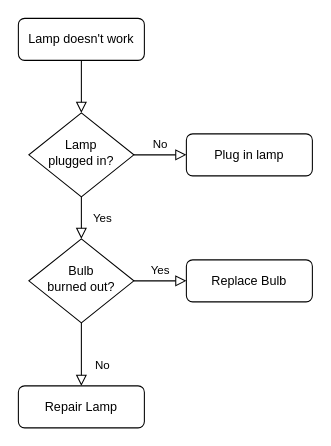
Before: Namnlöst diagram.drawio in johanbman/flowcharts, a draw.io diagram. Source tidied: cells renumbered, new cells numbered last; positions are measured from the earlier drawing's top-left corner, leaving out a move shared by most shapes. Both pictures are drawn from the tidied source at 105%, with x=0, y=0 at pixel (18, 18).
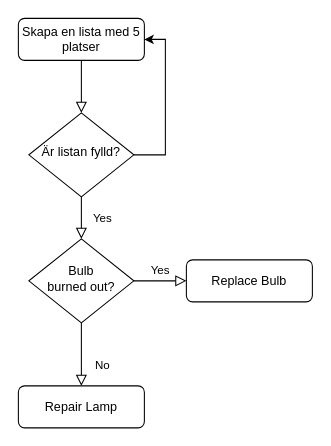
The same diagram, later.

Change to the diagram source:
```diff
@@
 <mxGraphModel>
   <root>
     <mxCell id="0" />
     <mxCell id="1" parent="0" />
     <mxCell id="2" style="rounded=0;html=1;jettySize=auto;fontSize=11;endArrow=block;endFill=0;endSize=8;strokeWidth=1;shadow=0;labelBackgroundColor=none;edgeStyle=orthogonalEdgeStyle;" parent="1" edge="1" source="3" target="6">
       <mxGeometry relative="1" as="geometry" />
     </mxCell>
-    <mxCell id="3" value="Lamp doesn't work" style="rounded=1;whiteSpace=wrap;html=1;fontSize=12;glass=0;strokeWidth=1;shadow=0;" parent="1" vertex="1">
+    <mxCell id="3" value="Skapa en lista med 5 platser" style="rounded=1;whiteSpace=wrap;html=1;fontSize=12;glass=0;strokeWidth=1;shadow=0;" parent="1" vertex="1">
       <mxGeometry width="120" height="40" as="geometry" />
     </mxCell>
     <mxCell id="4" value="Yes" style="rounded=0;html=1;jettySize=auto;fontSize=11;endArrow=block;endFill=0;endSize=8;strokeWidth=1;shadow=0;labelBackgroundColor=none;edgeStyle=orthogonalEdgeStyle;" parent="1" edge="1" source="6" target="10">
       <mxGeometry y="20" relative="1" as="geometry" />
     </mxCell>
-    <mxCell id="5" value="No" style="edgeStyle=orthogonalEdgeStyle;rounded=0;html=1;jettySize=auto;fontSize=11;endArrow=block;endFill=0;endSize=8;strokeWidth=1;shadow=0;labelBackgroundColor=none;" parent="1" edge="1" source="6" target="7">
-      <mxGeometry y="10" relative="1" as="geometry" />
-    </mxCell>
+    <mxCell id="13" style="edgeStyle=orthogonalEdgeStyle;rounded=0;jettySize=auto;html=1;entryX=1;entryY=0.5;entryDx=0;entryDy=0;" parent="1" edge="1" source="6" target="3">
+      <mxGeometry relative="1" as="geometry">
+        <Array as="points">
+          <mxPoint x="140" y="130" />
+          <mxPoint x="140" y="20" />
+        </Array>
+      </mxGeometry>
+    </mxCell>
-    <mxCell id="6" value="Lamp&lt;br&gt;plugged in?" style="rhombus;whiteSpace=wrap;html=1;shadow=0;fontFamily=Helvetica;fontSize=12;align=center;strokeWidth=1;spacing=6;spacingTop=-4;" parent="1" vertex="1">
+    <mxCell id="6" value="Är listan fylld?" style="rhombus;whiteSpace=wrap;html=1;shadow=0;fontFamily=Helvetica;fontSize=12;align=center;strokeWidth=1;spacing=6;spacingTop=-4;" parent="1" vertex="1">
       <mxGeometry x="10" y="90" width="100" height="80" as="geometry" />
     </mxCell>
-    <mxCell id="7" value="Plug in lamp" style="rounded=1;whiteSpace=wrap;html=1;fontSize=12;glass=0;strokeWidth=1;shadow=0;" parent="1" vertex="1">
-      <mxGeometry x="160" y="110" width="120" height="40" as="geometry" />
-    </mxCell>
     <mxCell id="8" value="No" style="rounded=0;html=1;jettySize=auto;fontSize=11;endArrow=block;endFill=0;endSize=8;strokeWidth=1;shadow=0;labelBackgroundColor=none;edgeStyle=orthogonalEdgeStyle;" parent="1" edge="1" source="10" target="11">
       <mxGeometry x="0.33" y="20" relative="1" as="geometry" />
     </mxCell>
     <mxCell id="9" value="Yes" style="edgeStyle=orthogonalEdgeStyle;rounded=0;html=1;jettySize=auto;fontSize=11;endArrow=block;endFill=0;endSize=8;strokeWidth=1;shadow=0;labelBackgroundColor=none;" parent="1" edge="1" source="10" target="12">
       <mxGeometry y="10" relative="1" as="geometry" />
     </mxCell>
     <mxCell id="10" value="Bulb&lt;br&gt;burned out?" style="rhombus;whiteSpace=wrap;html=1;shadow=0;fontFamily=Helvetica;fontSize=12;align=center;strokeWidth=1;spacing=6;spacingTop=-4;" parent="1" vertex="1">
       <mxGeometry x="10" y="210" width="100" height="80" as="geometry" />
     </mxCell>
     <mxCell id="11" value="Repair Lamp" style="rounded=1;whiteSpace=wrap;html=1;fontSize=12;glass=0;strokeWidth=1;shadow=0;" parent="1" vertex="1">
       <mxGeometry y="350" width="120" height="40" as="geometry" />
     </mxCell>
     <mxCell id="12" value="Replace Bulb" style="rounded=1;whiteSpace=wrap;html=1;fontSize=12;glass=0;strokeWidth=1;shadow=0;" parent="1" vertex="1">
       <mxGeometry x="160" y="230" width="120" height="40" as="geometry" />
     </mxCell>
   </root>
 </mxGraphModel>
```
